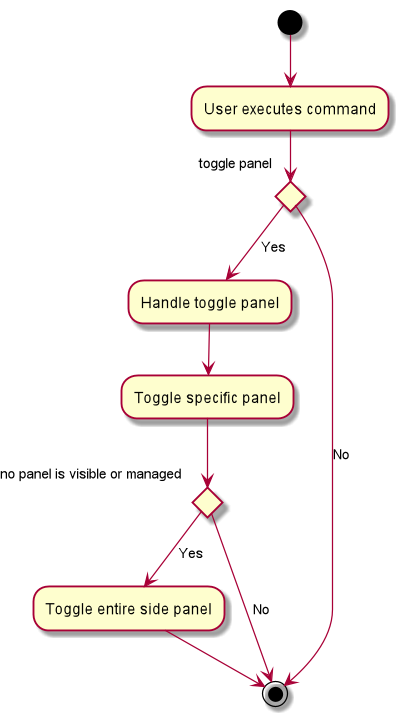
The PlantUML diagram images/ToggleActivityDiagram.png in AY1920S1-CS2103-T16-4/main, before a commit. The source it was exported from:
```plantuml
@startuml
(*)  --> "User executes command"
if "toggle panel" then
--> [Yes] "Handle toggle panel"
--> "Toggle specific panel"
    if "no panel is visible or managed" then
        --> [Yes] "Toggle entire side panel"
        --> (*)
        else
        --> [No] (*)
     endif
else
--> [No] (*)
endif

@enduml
```
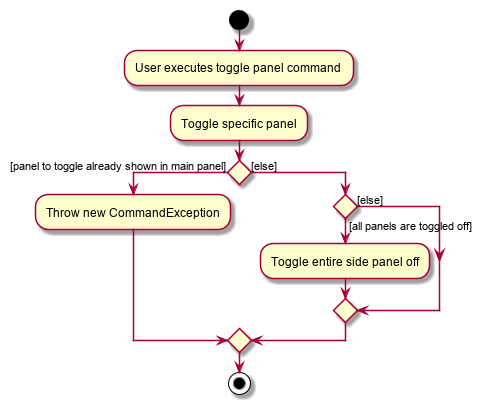
After the change.

Change to the diagram source:
```diff
@@ -1,16 +1,15 @@
 @startuml
-(*)  --> "User executes command"
-if "toggle panel" then
---> [Yes] "Handle toggle panel"
---> "Toggle specific panel"
-    if "no panel is visible or managed" then
-        --> [Yes] "Toggle entire side panel"
-        --> (*)
-        else
-        --> [No] (*)
-     endif
-else
---> [No] (*)
-endif
+start
+:User executes toggle panel command;
+:Toggle specific panel;
+if () then ([panel to toggle already shown in main panel])
+        :Throw new CommandException;
+    else ([else])
+        if () then ([all panels are toggled off])
+            :Toggle entire side panel off;
+        else ([else])
+        endif
+    endif
+stop
 
 @enduml
```
